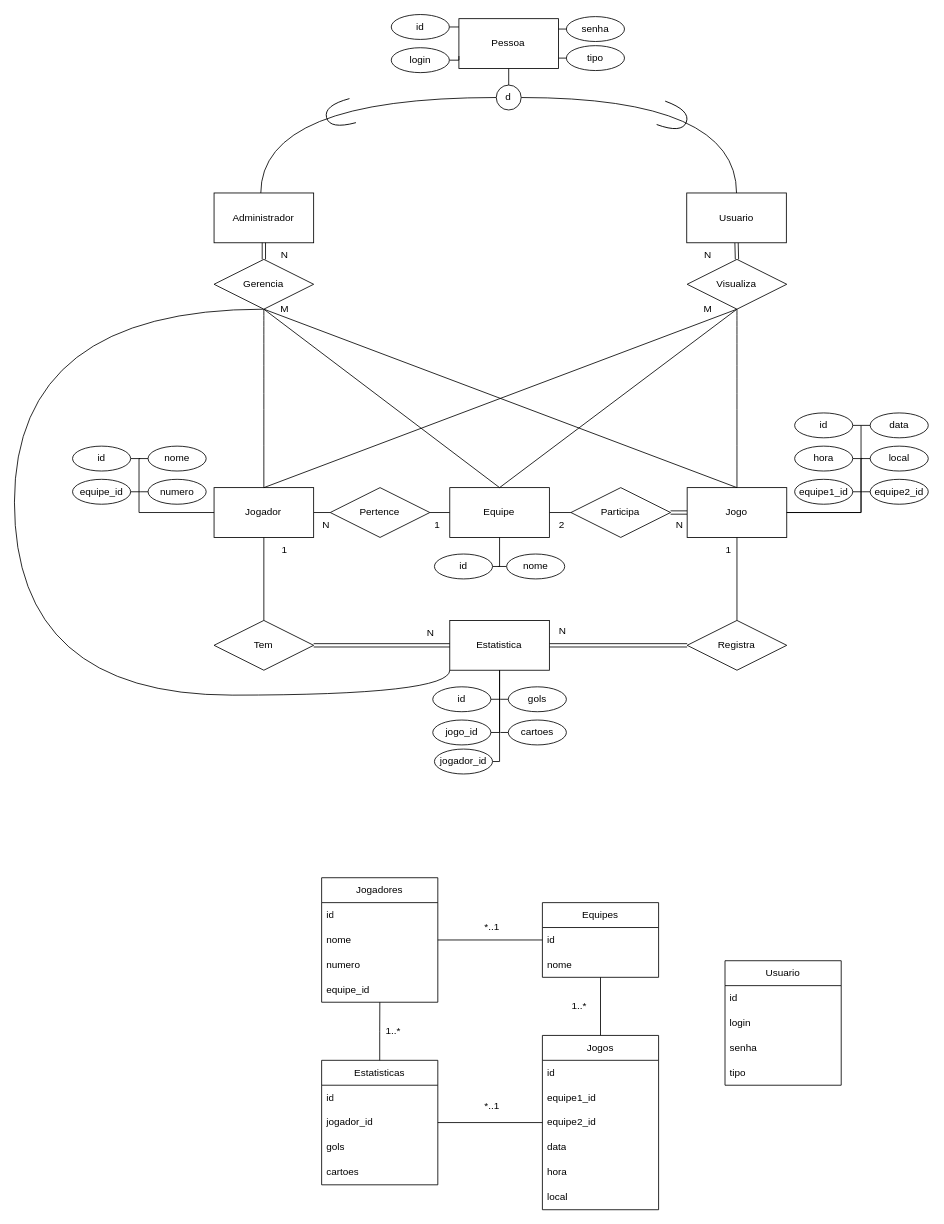
This is CBFManager.drawio from VitoReis/CBFManager, a draw.io file, before an edit. Source tidied: cells renumbered, new cells numbered last; positions are measured from the earlier drawing's top-left corner, leaving out a move shared by most shapes. Both pictures are drawn from the tidied source at 83%, with x=0, y=0 at pixel (14, 14).
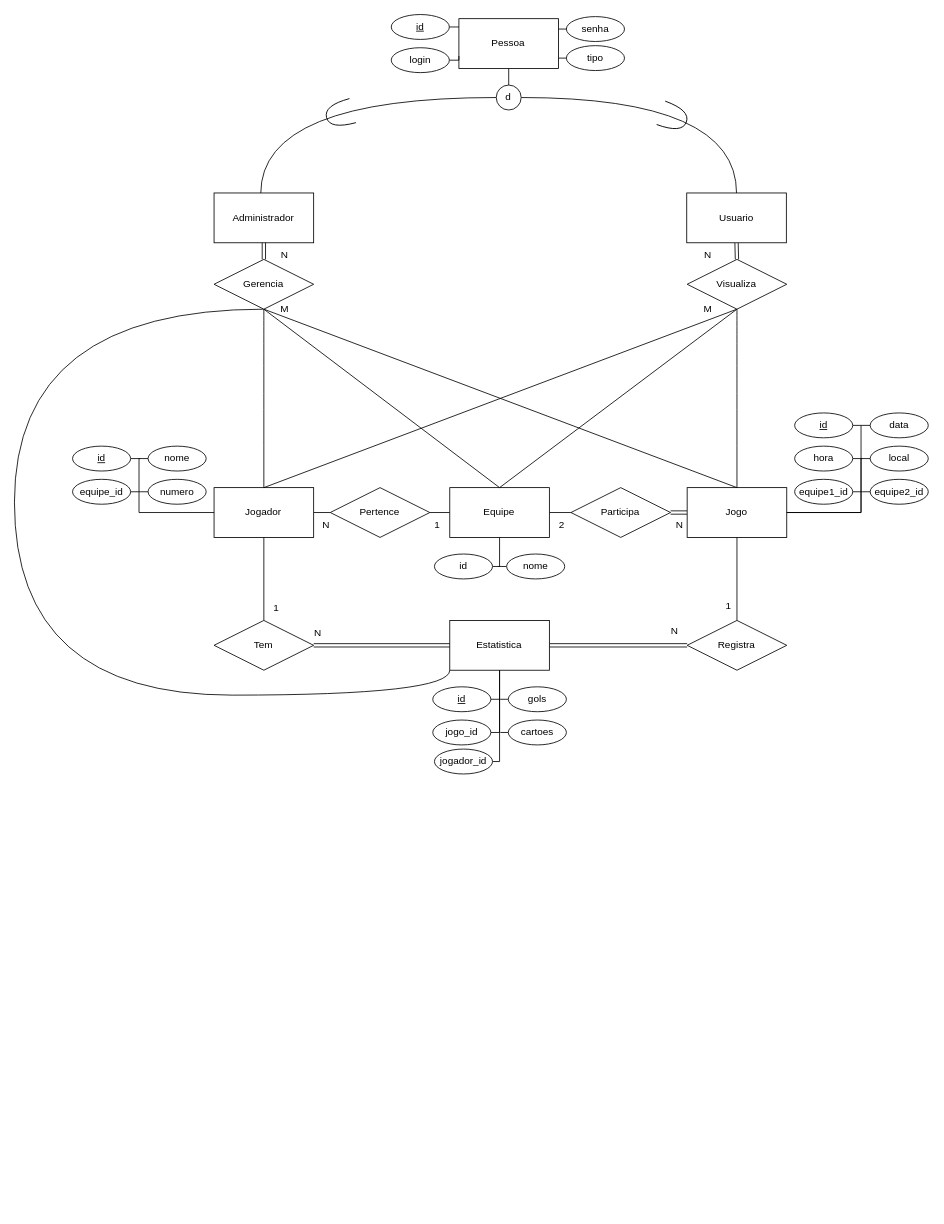
The same page after the edit.

Diff of the diagram source:
```diff
@@
-    <mxCell id="2" style="edgeStyle=orthogonalEdgeStyle;rounded=0;jettySize=auto;html=1;exitX=1;exitY=0.5;exitDx=0;exitDy=0;entryX=0;entryY=0.5;entryDx=0;entryDy=0;endArrow=none;startFill=0;" parent="1" edge="1" source="3" target="17">
-      <mxGeometry relative="1" as="geometry" />
-    </mxCell>
-    <mxCell id="3" value="Jogadores" style="swimlane;fontStyle=0;horizontal=1;startSize=30;whiteSpace=wrap;html=1;" parent="1" vertex="1">
-      <mxGeometry x="370" y="1040" width="140" height="150" as="geometry" />
-    </mxCell>
-    <mxCell id="4" value="id" style="text;strokeColor=none;fillColor=none;align=left;verticalAlign=middle;spacingLeft=4;spacingRight=4;overflow=hidden;whiteSpace=wrap;html=1;" parent="3" vertex="1">
-      <mxGeometry y="30" width="140" height="30" as="geometry" />
-    </mxCell>
-    <mxCell id="5" value="nome" style="text;strokeColor=none;fillColor=none;align=left;verticalAlign=middle;spacingLeft=4;spacingRight=4;overflow=hidden;whiteSpace=wrap;html=1;" parent="3" vertex="1">
-      <mxGeometry y="60" width="140" height="30" as="geometry" />
-    </mxCell>
-    <mxCell id="6" value="numero" style="text;strokeColor=none;fillColor=none;align=left;verticalAlign=middle;spacingLeft=4;spacingRight=4;overflow=hidden;whiteSpace=wrap;html=1;" parent="3" vertex="1">
-      <mxGeometry y="90" width="140" height="30" as="geometry" />
-    </mxCell>
-    <mxCell id="7" value="equipe_id" style="text;strokeColor=none;fillColor=none;align=left;verticalAlign=middle;spacingLeft=4;spacingRight=4;overflow=hidden;points=[[0,0.5],[1,0.5]];portConstraint=eastwest;whiteSpace=wrap;html=1;" parent="3" vertex="1">
-      <mxGeometry y="120" width="140" height="30" as="geometry" />
-    </mxCell>
-    <mxCell id="8" style="edgeStyle=orthogonalEdgeStyle;rounded=0;jettySize=auto;html=1;exitX=0.5;exitY=0;exitDx=0;exitDy=0;entryX=0.5;entryY=1;entryDx=0;entryDy=0;endArrow=none;startFill=0;" parent="1" edge="1" source="9" target="16">
-      <mxGeometry relative="1" as="geometry" />
-    </mxCell>
-    <mxCell id="9" value="Jogos" style="swimlane;fontStyle=0;horizontal=1;startSize=30;whiteSpace=wrap;html=1;" parent="1" vertex="1">
-      <mxGeometry x="636" y="1230" width="140" height="210" as="geometry" />
-    </mxCell>
-    <mxCell id="10" value="id" style="text;strokeColor=none;fillColor=none;align=left;verticalAlign=middle;spacingLeft=4;spacingRight=4;overflow=hidden;whiteSpace=wrap;html=1;" parent="9" vertex="1">
-      <mxGeometry y="30" width="140" height="30" as="geometry" />
-    </mxCell>
-    <mxCell id="11" value="equipe1_id" style="text;strokeColor=none;fillColor=none;align=left;verticalAlign=middle;spacingLeft=4;spacingRight=4;overflow=hidden;whiteSpace=wrap;html=1;" parent="9" vertex="1">
-      <mxGeometry y="60" width="140" height="30" as="geometry" />
-    </mxCell>
-    <mxCell id="12" value="equipe2_id" style="text;strokeColor=none;fillColor=none;align=left;verticalAlign=middle;spacingLeft=4;spacingRight=4;overflow=hidden;points=[[0,0.5],[1,0.5]];portConstraint=eastwest;whiteSpace=wrap;html=1;" parent="9" vertex="1">
-      <mxGeometry y="90" width="140" height="30" as="geometry" />
-    </mxCell>
-    <mxCell id="13" value="data" style="text;strokeColor=none;fillColor=none;align=left;verticalAlign=middle;spacingLeft=4;spacingRight=4;overflow=hidden;whiteSpace=wrap;html=1;" parent="9" vertex="1">
-      <mxGeometry y="120" width="140" height="30" as="geometry" />
-    </mxCell>
-    <mxCell id="14" value="hora" style="text;strokeColor=none;fillColor=none;align=left;verticalAlign=middle;spacingLeft=4;spacingRight=4;overflow=hidden;whiteSpace=wrap;html=1;" parent="9" vertex="1">
-      <mxGeometry y="150" width="140" height="30" as="geometry" />
-    </mxCell>
-    <mxCell id="15" value="&lt;div&gt;local&lt;/div&gt;" style="text;strokeColor=none;fillColor=none;align=left;verticalAlign=middle;spacingLeft=4;spacingRight=4;overflow=hidden;whiteSpace=wrap;html=1;" parent="9" vertex="1">
-      <mxGeometry y="180" width="140" height="30" as="geometry" />
-    </mxCell>
-    <mxCell id="16" value="Equipes" style="swimlane;fontStyle=0;horizontal=1;startSize=30;whiteSpace=wrap;html=1;" parent="1" vertex="1">
-      <mxGeometry x="636" y="1070" width="140" height="90" as="geometry" />
-    </mxCell>
-    <mxCell id="17" value="id" style="text;strokeColor=none;fillColor=none;align=left;verticalAlign=middle;spacingLeft=4;spacingRight=4;overflow=hidden;points=[[0,0.5],[1,0.5]];portConstraint=eastwest;whiteSpace=wrap;html=1;" parent="16" vertex="1">
-      <mxGeometry y="30" width="140" height="30" as="geometry" />
-    </mxCell>
-    <mxCell id="18" value="nome" style="text;strokeColor=none;fillColor=none;align=left;verticalAlign=middle;spacingLeft=4;spacingRight=4;overflow=hidden;whiteSpace=wrap;html=1;" parent="16" vertex="1">
-      <mxGeometry y="60" width="140" height="30" as="geometry" />
-    </mxCell>
-    <mxCell id="19" value="Estatisticas" style="swimlane;fontStyle=0;horizontal=1;startSize=30;whiteSpace=wrap;html=1;" parent="1" vertex="1">
-      <mxGeometry x="370" y="1260" width="140" height="150" as="geometry" />
-    </mxCell>
-    <mxCell id="20" value="id" style="text;strokeColor=none;fillColor=none;align=left;verticalAlign=middle;spacingLeft=4;spacingRight=4;overflow=hidden;whiteSpace=wrap;html=1;" parent="19" vertex="1">
-      <mxGeometry y="30" width="140" height="30" as="geometry" />
-    </mxCell>
-    <mxCell id="21" value="jogador_id" style="text;strokeColor=none;fillColor=none;align=left;verticalAlign=middle;spacingLeft=4;spacingRight=4;overflow=hidden;points=[[0,0.5],[1,0.5]];portConstraint=eastwest;whiteSpace=wrap;html=1;" parent="19" vertex="1">
-      <mxGeometry y="60" width="140" height="30" as="geometry" />
-    </mxCell>
-    <mxCell id="22" value="gols" style="text;strokeColor=none;fillColor=none;align=left;verticalAlign=middle;spacingLeft=4;spacingRight=4;overflow=hidden;whiteSpace=wrap;html=1;" parent="19" vertex="1">
-      <mxGeometry y="90" width="140" height="30" as="geometry" />
-    </mxCell>
-    <mxCell id="23" value="cartoes" style="text;strokeColor=none;fillColor=none;align=left;verticalAlign=middle;spacingLeft=4;spacingRight=4;overflow=hidden;whiteSpace=wrap;html=1;" parent="19" vertex="1">
-      <mxGeometry y="120" width="140" height="30" as="geometry" />
-    </mxCell>
-    <mxCell id="24" style="edgeStyle=orthogonalEdgeStyle;rounded=0;jettySize=auto;html=1;exitX=0.5;exitY=0;exitDx=0;exitDy=0;entryX=0.501;entryY=1;entryDx=0;entryDy=0;entryPerimeter=0;endArrow=none;startFill=0;" parent="1" edge="1" source="19" target="7">
-      <mxGeometry relative="1" as="geometry" />
-    </mxCell>
-    <mxCell id="25" style="edgeStyle=orthogonalEdgeStyle;rounded=0;jettySize=auto;html=1;exitX=1;exitY=0.5;exitDx=0;exitDy=0;entryX=0;entryY=0.5;entryDx=0;entryDy=0;endArrow=none;startFill=0;" parent="1" edge="1" source="21" target="12">
-      <mxGeometry relative="1" as="geometry" />
-    </mxCell>
-    <mxCell id="26" value="*..1" style="text;html=1;align=center;verticalAlign=middle;strokeColor=none;fillColor=none;" parent="1" vertex="1">
-      <mxGeometry x="555" y="1084" width="40" height="30" as="geometry" />
-    </mxCell>
-    <mxCell id="27" value="1..*" style="text;html=1;align=center;verticalAlign=middle;strokeColor=none;fillColor=none;" parent="1" vertex="1">
-      <mxGeometry x="435.5" y="1210" width="40" height="30" as="geometry" />
-    </mxCell>
-    <mxCell id="28" value="*..1" style="text;html=1;align=center;verticalAlign=middle;strokeColor=none;fillColor=none;" parent="1" vertex="1">
-      <mxGeometry x="555" y="1300" width="40" height="30" as="geometry" />
-    </mxCell>
-    <mxCell id="29" value="1..*" style="text;html=1;align=center;verticalAlign=middle;strokeColor=none;fillColor=none;" parent="1" vertex="1">
-      <mxGeometry x="660" y="1180" width="40" height="30" as="geometry" />
-    </mxCell>
-    <mxCell id="30" value="Usuario" style="swimlane;fontStyle=0;horizontal=1;startSize=30;whiteSpace=wrap;html=1;" parent="1" vertex="1">
-      <mxGeometry x="856" y="1140" width="140" height="150" as="geometry" />
-    </mxCell>
-    <mxCell id="31" value="id" style="text;strokeColor=none;fillColor=none;align=left;verticalAlign=middle;spacingLeft=4;spacingRight=4;overflow=hidden;whiteSpace=wrap;html=1;" parent="30" vertex="1">
-      <mxGeometry y="30" width="140" height="30" as="geometry" />
-    </mxCell>
-    <mxCell id="32" value="login" style="text;strokeColor=none;fillColor=none;align=left;verticalAlign=middle;spacingLeft=4;spacingRight=4;overflow=hidden;whiteSpace=wrap;html=1;" parent="30" vertex="1">
-      <mxGeometry y="60" width="140" height="30" as="geometry" />
-    </mxCell>
-    <mxCell id="33" value="&lt;div&gt;senha&lt;/div&gt;" style="text;strokeColor=none;fillColor=none;align=left;verticalAlign=middle;spacingLeft=4;spacingRight=4;overflow=hidden;whiteSpace=wrap;html=1;" parent="30" vertex="1">
-      <mxGeometry y="90" width="140" height="30" as="geometry" />
-    </mxCell>
-    <mxCell id="34" value="tipo" style="text;strokeColor=none;fillColor=none;align=left;verticalAlign=middle;spacingLeft=4;spacingRight=4;overflow=hidden;whiteSpace=wrap;html=1;" parent="30" vertex="1">
-      <mxGeometry y="120" width="140" height="30" as="geometry" />
-    </mxCell>
@@
-    <mxCell id="65" value="id" style="ellipse;whiteSpace=wrap;html=1;" parent="1" vertex="1">
+    <mxCell id="65" value="&lt;u&gt;id&lt;/u&gt;" style="ellipse;whiteSpace=wrap;html=1;" parent="1" vertex="1">
       <mxGeometry x="69.9" y="520" width="70" height="30" as="geometry" />
     </mxCell>
@@
-    <mxCell id="73" value="&lt;div&gt;id&lt;/div&gt;" style="ellipse;whiteSpace=wrap;html=1;" parent="1" vertex="1">
+    <mxCell id="73" value="&lt;div&gt;&lt;u&gt;id&lt;/u&gt;&lt;/div&gt;" style="ellipse;whiteSpace=wrap;html=1;" parent="1" vertex="1">
       <mxGeometry x="503.9" y="810" width="70" height="30" as="geometry" />
     </mxCell>
@@
-    <mxCell id="84" value="&lt;div&gt;id&lt;/div&gt;" style="ellipse;whiteSpace=wrap;html=1;" parent="1" vertex="1">
+    <mxCell id="84" value="&lt;div&gt;&lt;u&gt;id&lt;/u&gt;&lt;/div&gt;" style="ellipse;whiteSpace=wrap;html=1;" parent="1" vertex="1">
       <mxGeometry x="453.9" width="70" height="30" as="geometry" />
     </mxCell>
@@
-    <mxCell id="113" value="&lt;div&gt;id&lt;/div&gt;" style="ellipse;whiteSpace=wrap;html=1;" parent="1" vertex="1">
+    <mxCell id="113" value="&lt;div&gt;&lt;u&gt;id&lt;/u&gt;&lt;/div&gt;" style="ellipse;whiteSpace=wrap;html=1;" parent="1" vertex="1">
       <mxGeometry x="939.9" y="480" width="70" height="30" as="geometry" />
     </mxCell>
@@
     <mxCell id="118" value="1" style="text;html=1;align=center;verticalAlign=middle;strokeColor=none;fillColor=none;" parent="1" vertex="1">
-      <mxGeometry x="310" y="630" width="30" height="30" as="geometry" />
+      <mxGeometry x="300" y="700" width="30" height="30" as="geometry" />
     </mxCell>
     <mxCell id="119" value="N" style="text;html=1;align=center;verticalAlign=middle;strokeColor=none;fillColor=none;" parent="1" vertex="1">
-      <mxGeometry x="485.5" y="730" width="30" height="30" as="geometry" />
+      <mxGeometry x="350.4" y="730" width="30" height="30" as="geometry" />
     </mxCell>
     <mxCell id="120" value="N" style="text;html=1;align=center;verticalAlign=middle;strokeColor=none;fillColor=none;" parent="1" vertex="1">
-      <mxGeometry x="645" y="728" width="30" height="30" as="geometry" />
+      <mxGeometry x="780.4" y="728" width="30" height="30" as="geometry" />
     </mxCell>
     <mxCell id="121" value="1" style="text;html=1;align=center;verticalAlign=middle;strokeColor=none;fillColor=none;" parent="1" vertex="1">
-      <mxGeometry x="845" y="630" width="30" height="30" as="geometry" />
+      <mxGeometry x="845" y="698" width="30" height="30" as="geometry" />
     </mxCell>
```
